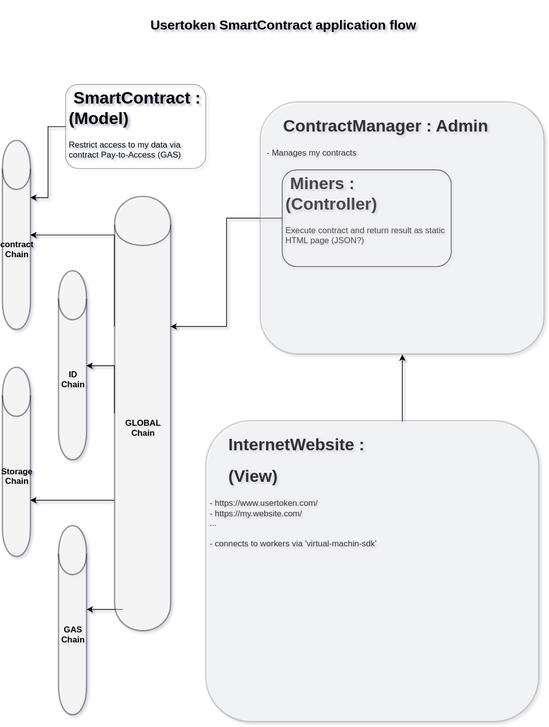
dev-usertoken/virtual-machine keeps this draw.io diagram as virtual-machine.svg. Above is the earlier version. Source tidied: cells renumbered, new cells last; positions are measured from the earlier drawing's top-left corner, leaving out a move shared by most shapes.
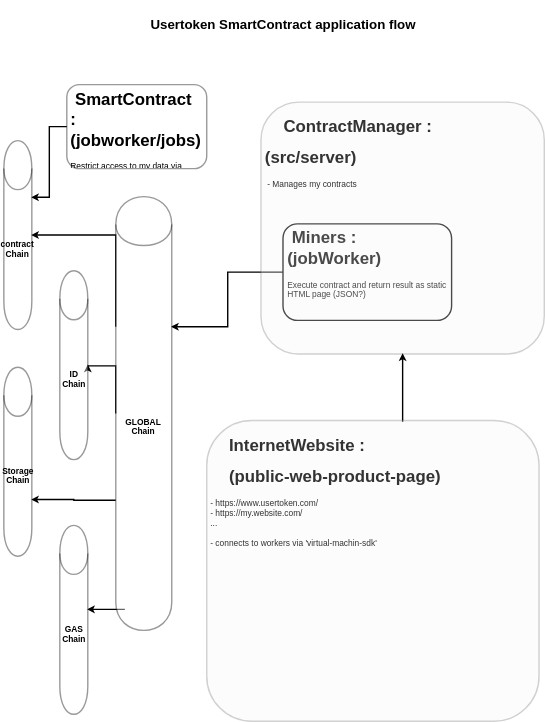
After the change.

What changed in the source:
```diff
@@ -5,22 +5,22 @@
     <mxCell id="2" style="edgeStyle=orthogonalEdgeStyle;rounded=0;html=1;exitX=0;exitY=0.5;entryX=1;entryY=0.3;jettySize=auto;" parent="1" edge="1" source="3" target="14">
       <mxGeometry relative="1" as="geometry" />
     </mxCell>
-    <mxCell id="3" value="&lt;h1&gt;&amp;nbsp;SmartContract : (Model)&lt;br&gt;&lt;/h1&gt;&lt;p&gt;Restrict access to my data via contract Pay-to-Access (GAS)&lt;br&gt;&lt;/p&gt;" style="text;html=1;strokeColor=#000000;fillColor=none;spacing=5;spacingTop=-20;whiteSpace=wrap;overflow=hidden;rounded=1;shadow=0;glass=0;comic=0;opacity=40;" parent="1" vertex="1">
+    <mxCell id="3" value="&lt;h1&gt;&amp;nbsp;SmartContract : (jobworker/jobs)&lt;br&gt;&lt;/h1&gt;&lt;p&gt;Restrict access to my data via contract Pay-to-Access (GAS)&lt;br&gt;&lt;/p&gt;" style="text;html=1;strokeColor=#000000;fillColor=none;spacing=5;spacingTop=-20;whiteSpace=wrap;overflow=hidden;rounded=1;shadow=0;glass=0;comic=0;opacity=40;" parent="1" vertex="1">
       <mxGeometry x="90" y="120" width="200" height="120" as="geometry" />
     </mxCell>
     <mxCell id="4" style="edgeStyle=orthogonalEdgeStyle;rounded=0;html=1;entryX=1;entryY=0.3;jettySize=auto;" parent="1" edge="1" source="5" target="13">
       <mxGeometry relative="1" as="geometry" />
     </mxCell>
-    <mxCell id="5" value="&lt;h1&gt;&amp;nbsp;Miners : (Controller)&lt;br&gt;&lt;/h1&gt;&lt;p&gt;Execute contract and return result as static HTML page (JSON?)&lt;br&gt;&lt;/p&gt;" style="text;html=1;strokeColor=#000000;fillColor=none;spacing=5;spacingTop=-20;whiteSpace=wrap;overflow=hidden;rounded=1;shadow=0;glass=0;comic=0;" parent="1" vertex="1">
-      <mxGeometry x="399" y="242" width="241" height="138" as="geometry" />
+    <mxCell id="5" value="&lt;h1&gt;&amp;nbsp;Miners : (jobWorker)&lt;br&gt;&lt;/h1&gt;&lt;p&gt;Execute contract and return result as static HTML page (JSON?)&lt;br&gt;&lt;/p&gt;" style="text;html=1;strokeColor=#000000;fillColor=none;spacing=5;spacingTop=-20;whiteSpace=wrap;overflow=hidden;rounded=1;shadow=0;glass=0;comic=0;" parent="1" vertex="1">
+      <mxGeometry x="399" y="319" width="241" height="138" as="geometry" />
     </mxCell>
-    <mxCell id="6" value="&amp;nbsp;&amp;nbsp; &lt;br&gt;&lt;h1&gt;&amp;nbsp;&amp;nbsp;&amp;nbsp; ContractManager : Admin&lt;br&gt;&lt;/h1&gt;&lt;p&gt;&amp;nbsp;- Manages my contracts&lt;br&gt;&lt;/p&gt;" style="text;html=1;strokeColor=#666666;fillColor=#f5f5f5;spacing=5;spacingTop=-20;whiteSpace=wrap;overflow=hidden;rounded=1;shadow=0;glass=0;comic=0;fontColor=#333333;opacity=30;strokeWidth=2;" parent="1" vertex="1">
+    <mxCell id="6" value="&lt;div align=&quot;left&quot;&gt;&amp;nbsp;&amp;nbsp; &lt;h1&gt;&amp;nbsp;&amp;nbsp;&amp;nbsp; ContractManager : &lt;br&gt;&lt;/h1&gt;&lt;h1&gt;(src/server)&lt;br&gt;&lt;/h1&gt;&amp;nbsp;- Manages my contracts&lt;br&gt;&lt;/div&gt;" style="text;html=1;strokeColor=#666666;fillColor=#f5f5f5;spacing=5;spacingTop=-20;whiteSpace=wrap;overflow=hidden;rounded=1;shadow=0;glass=0;comic=0;fontColor=#333333;opacity=30;strokeWidth=2;" parent="1" vertex="1">
       <mxGeometry x="367.5" y="145" width="405" height="360" as="geometry" />
     </mxCell>
     <mxCell id="7" style="edgeStyle=orthogonalEdgeStyle;rounded=0;html=1;exitX=0.59;exitY=0.004;entryX=0.5;entryY=1;jettySize=auto;exitPerimeter=0;" parent="1" edge="1" source="8" target="6">
       <mxGeometry relative="1" as="geometry" />
     </mxCell>
-    <mxCell id="8" value="&amp;nbsp;&amp;nbsp; &lt;br&gt;&lt;h1&gt;&amp;nbsp;&amp;nbsp;&amp;nbsp; InternetWebsite : &lt;br&gt;&lt;/h1&gt;&lt;h1&gt;&amp;nbsp;&amp;nbsp;&amp;nbsp; (View)&lt;br&gt;&lt;/h1&gt;&lt;div&gt;- https://www.usertoken.com/&lt;/div&gt;&lt;div&gt;- https://my.website.com/&lt;/div&gt;&lt;div&gt;...&lt;/div&gt;&lt;div&gt;&lt;br&gt;&lt;/div&gt;&lt;div&gt;- connects to workers via 'virtual-machin-sdk'&lt;/div&gt;&lt;div&gt;&lt;br&gt;&lt;/div&gt;&lt;div&gt;&lt;br&gt;&lt;/div&gt;" style="text;html=1;strokeColor=#666666;fillColor=#f5f5f5;spacing=5;spacingTop=-20;whiteSpace=wrap;overflow=hidden;rounded=1;shadow=0;glass=0;comic=0;fontColor=#333333;opacity=30;strokeWidth=2;" parent="1" vertex="1">
+    <mxCell id="8" value="&amp;nbsp;&amp;nbsp; &lt;br&gt;&lt;h1&gt;&amp;nbsp;&amp;nbsp;&amp;nbsp; InternetWebsite : &lt;br&gt;&lt;/h1&gt;&lt;h1&gt;&amp;nbsp;&amp;nbsp;&amp;nbsp; (public-web-product-page)&lt;br&gt;&lt;/h1&gt;&lt;div&gt;- https://www.usertoken.com/&lt;/div&gt;&lt;div&gt;- https://my.website.com/&lt;/div&gt;&lt;div&gt;...&lt;/div&gt;&lt;div&gt;&lt;br&gt;&lt;/div&gt;&lt;div&gt;- connects to workers via 'virtual-machin-sdk'&lt;/div&gt;&lt;div&gt;&lt;br&gt;&lt;/div&gt;&lt;div&gt;&lt;br&gt;&lt;/div&gt;" style="text;html=1;strokeColor=#666666;fillColor=#f5f5f5;spacing=5;spacingTop=-20;whiteSpace=wrap;overflow=hidden;rounded=1;shadow=0;glass=0;comic=0;fontColor=#333333;opacity=30;strokeWidth=2;" parent="1" vertex="1">
       <mxGeometry x="290" y="600" width="475" height="430" as="geometry" />
     </mxCell>
     <mxCell id="9" style="edgeStyle=orthogonalEdgeStyle;rounded=0;html=1;exitX=0;exitY=0.5;entryX=1;entryY=0.5;jettySize=auto;" parent="1" edge="1" source="13" target="15">
```
